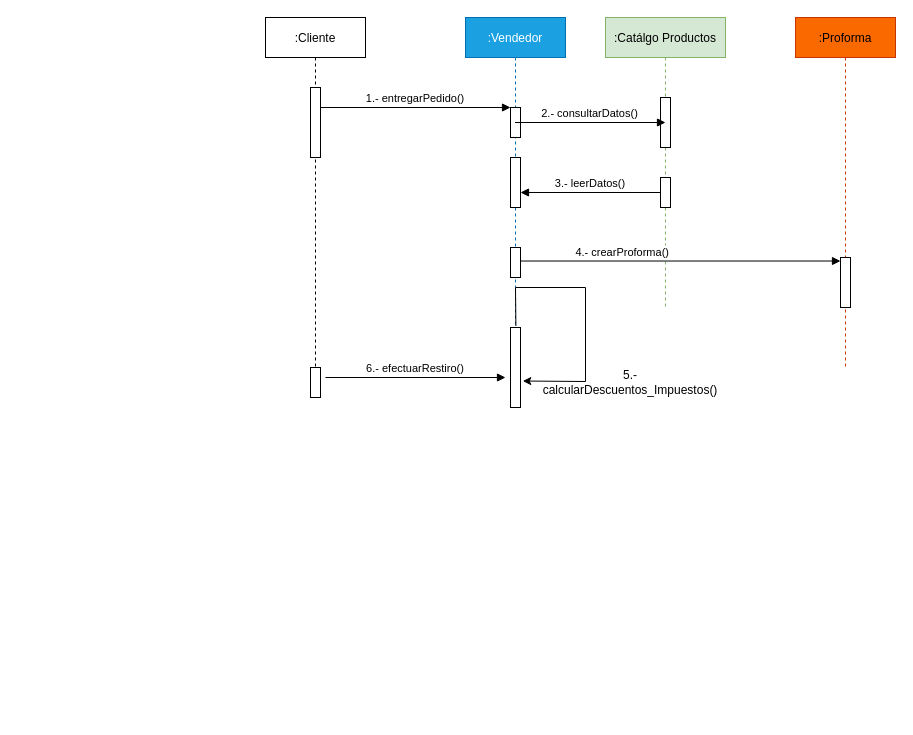
RJ-SP-1331/Wordle-Demo keeps this draw.io diagram as DiagramasSecuenciasComunicación.drawio. Above is the earlier version. Source tidied: cells renumbered, new cells numbered last; positions are measured from the earlier drawing's top-left corner, leaving out a move shared by most shapes. Both pictures are drawn from the tidied source at 100%, with x=0, y=0 at pixel (265, 17).
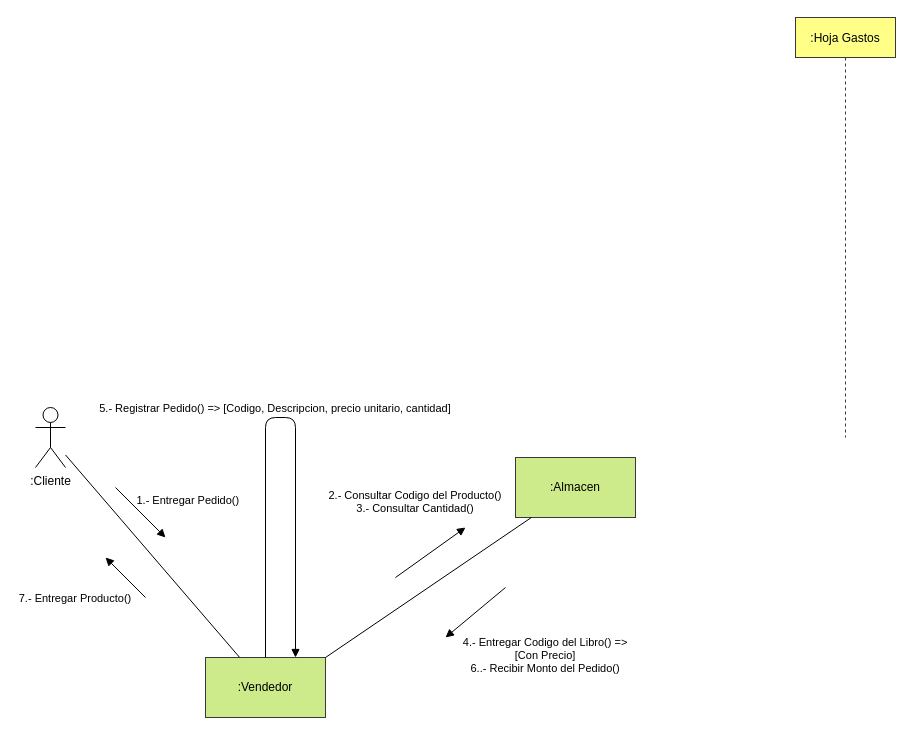
After the change.

Change to the diagram source:
```diff
@@
+    <mxCell id="15" value=":Hoja Gastos" style="shape=umlLifeline;perimeter=lifelinePerimeter;rounded=0;shadow=0;strokeWidth=1;fillColor=#ffff88;strokeColor=#36393d;" parent="1" vertex="1">
+      <mxGeometry x="530" width="100" height="420" as="geometry" />
+    </mxCell>
-    <mxCell id="2" value=":Cliente" style="shape=umlLifeline;perimeter=lifelinePerimeter;rounded=0;shadow=0;strokeWidth=1;" parent="1" vertex="1">
-      <mxGeometry width="100" height="380" as="geometry" />
+    <mxCell id="2" value=":Cliente" style="shape=umlActor;verticalLabelPosition=bottom;verticalAlign=top;html=1;outlineConnect=0;" parent="1" vertex="1">
+      <mxGeometry x="-230" y="390" width="30" height="60" as="geometry" />
     </mxCell>
-    <mxCell id="3" style="points=[];perimeter=orthogonalPerimeter;rounded=0;shadow=0;strokeWidth=1;" parent="2" vertex="1">
-      <mxGeometry x="45" y="70" width="10" height="70" as="geometry" />
-    </mxCell>
-    <mxCell id="4" value=":Vendedor" style="shape=umlLifeline;perimeter=lifelinePerimeter;rounded=0;shadow=0;strokeWidth=1;fillColor=#1ba1e2;strokeColor=#006EAF;fontColor=#ffffff;" parent="1" vertex="1">
-      <mxGeometry x="200" width="100" height="390" as="geometry" />
+    <mxCell id="4" value=":Vendedor" style="rounded=0;whiteSpace=wrap;html=1;fillColor=#cdeb8b;strokeColor=#36393d;" parent="1" vertex="1">
+      <mxGeometry x="-60" y="640" width="120" height="60" as="geometry" />
     </mxCell>
-    <mxCell id="5" style="points=[];perimeter=orthogonalPerimeter;rounded=0;shadow=0;strokeWidth=1;" parent="4" vertex="1">
-      <mxGeometry x="45" y="90" width="10" height="30" as="geometry" />
-    </mxCell>
-    <mxCell id="6" style="points=[];perimeter=orthogonalPerimeter;rounded=0;shadow=0;strokeWidth=1;" parent="4" vertex="1">
-      <mxGeometry x="45" y="140" width="10" height="50" as="geometry" />
-    </mxCell>
-    <mxCell id="7" style="points=[];perimeter=orthogonalPerimeter;rounded=0;shadow=0;strokeWidth=1;" parent="4" vertex="1">
-      <mxGeometry x="45" y="230" width="10" height="30" as="geometry" />
-    </mxCell>
-    <mxCell id="8" style="points=[];perimeter=orthogonalPerimeter;rounded=0;shadow=0;strokeWidth=1;" parent="4" vertex="1">
-      <mxGeometry x="45" y="310" width="10" height="80" as="geometry" />
-    </mxCell>
-    <mxCell id="9" style="endArrow=classic;html=1;rounded=0;entryX=1.228;entryY=0.669;entryDx=0;entryDy=0;entryPerimeter=0;exitX=0.504;exitY=0.791;exitDx=0;exitDy=0;exitPerimeter=0;" parent="4" edge="1" source="4" target="8">
-      <mxGeometry relative="1" as="geometry">
-        <Array as="points">
-          <mxPoint x="50" y="270" />
-          <mxPoint x="120" y="270" />
-          <mxPoint x="120" y="364" />
-        </Array>
-      </mxGeometry>
-    </mxCell>
-    <mxCell id="10" value="1.- entregarPedido()" style="verticalAlign=bottom;endArrow=block;entryX=0;entryY=0;shadow=0;strokeWidth=1;" parent="1" edge="1" source="3" target="5">
-      <mxGeometry relative="1" as="geometry" />
-    </mxCell>
-    <mxCell id="11" value=":Catálgo Productos" style="shape=umlLifeline;perimeter=lifelinePerimeter;rounded=0;shadow=0;strokeWidth=1;fillColor=#d5e8d4;strokeColor=#82b366;" parent="1" vertex="1">
-      <mxGeometry x="340" width="120" height="290" as="geometry" />
-    </mxCell>
-    <mxCell id="12" style="perimeter=orthogonalPerimeter;rounded=0;shadow=0;strokeWidth=1;" parent="11" vertex="1">
-      <mxGeometry x="55" y="80" width="10" height="50" as="geometry" />
-    </mxCell>
-    <mxCell id="13" value="2.- consultarDatos()" style="verticalAlign=bottom;endArrow=block;shadow=0;strokeWidth=1;" parent="11" edge="1" source="4">
-      <mxGeometry relative="1" as="geometry">
-        <mxPoint x="60" y="105" as="targetPoint" />
-      </mxGeometry>
-    </mxCell>
-    <mxCell id="14" style="points=[];perimeter=orthogonalPerimeter;rounded=0;shadow=0;strokeWidth=1;" parent="11" vertex="1">
-      <mxGeometry x="55" y="160" width="10" height="30" as="geometry" />
-    </mxCell>
-    <mxCell id="15" value=":Proforma" style="shape=umlLifeline;perimeter=lifelinePerimeter;rounded=0;shadow=0;strokeWidth=1;fillColor=#fa6800;strokeColor=#C73500;fontColor=#000000;" parent="1" vertex="1">
-      <mxGeometry x="530" width="100" height="350" as="geometry" />
-    </mxCell>
-    <mxCell id="16" style="points=[];perimeter=orthogonalPerimeter;rounded=0;shadow=0;strokeWidth=1;" parent="15" vertex="1">
-      <mxGeometry x="45" y="240" width="10" height="50" as="geometry" />
-    </mxCell>
-    <mxCell id="17" value="6.- efectuarRestiro()" style="verticalAlign=bottom;endArrow=block;entryX=0;entryY=0;shadow=0;strokeWidth=1;startArrow=none;" parent="1" edge="1">
-      <mxGeometry relative="1" as="geometry">
-        <mxPoint x="60" y="360" as="sourcePoint" />
-        <mxPoint x="240" y="360" as="targetPoint" />
-      </mxGeometry>
-    </mxCell>
-    <mxCell id="18" value="3.- leerDatos()" style="verticalAlign=bottom;endArrow=block;shadow=0;strokeWidth=1;" parent="1" edge="1" source="14" target="6">
-      <mxGeometry relative="1" as="geometry" />
-    </mxCell>
-    <mxCell id="19" value="4.- crearProforma()" style="verticalAlign=bottom;endArrow=block;shadow=0;strokeWidth=1;exitX=1.021;exitY=0.451;exitDx=0;exitDy=0;exitPerimeter=0;" parent="1" edge="1" source="7" target="16">
-      <mxGeometry x="-0.36" relative="1" as="geometry" />
-    </mxCell>
-    <mxCell id="20" style="perimeter=orthogonalPerimeter;rounded=0;shadow=0;strokeWidth=1;" parent="1" vertex="1">
-      <mxGeometry x="45" y="350" width="10" height="30" as="geometry" />
-    </mxCell>
-    <mxCell id="21" value="5.- calcularDescuentos_Impuestos()" style="text;html=1;strokeColor=none;fillColor=none;align=center;verticalAlign=middle;whiteSpace=wrap;rounded=0;" parent="1" vertex="1">
-      <mxGeometry x="330" y="350" width="70" height="30" as="geometry" />
-    </mxCell>
+    <mxCell id="22" value=":Almacen" style="rounded=0;whiteSpace=wrap;html=1;fillColor=#cdeb8b;strokeColor=#36393d;" parent="1" vertex="1">
+      <mxGeometry x="250" y="440" width="120" height="60" as="geometry" />
+    </mxCell>
+    <mxCell id="23" style="endArrow=none;html=1;rounded=0;" parent="1" edge="1" source="2" target="4">
+      <mxGeometry relative="1" as="geometry" />
+    </mxCell>
+    <mxCell id="24" style="endArrow=none;html=1;rounded=0;exitX=1;exitY=0;exitDx=0;exitDy=0;" parent="1" edge="1" source="4" target="22">
+      <mxGeometry relative="1" as="geometry" />
+    </mxCell>
+    <mxCell id="25" value="1.- Entregar Pedido()" style="verticalAlign=bottom;endArrow=block;shadow=0;strokeWidth=1;" parent="1" edge="1">
+      <mxGeometry x="0.9" y="36" relative="1" as="geometry">
+        <mxPoint x="-150" y="470" as="sourcePoint" />
+        <mxPoint x="-100" y="520" as="targetPoint" />
+      </mxGeometry>
+    </mxCell>
+    <mxCell id="26" value="7.- Entregar Producto()" style="verticalAlign=bottom;endArrow=block;shadow=0;strokeWidth=1;" parent="1" edge="1">
+      <mxGeometry x="0.5" y="57" relative="1" as="geometry">
+        <mxPoint x="-120" y="580" as="sourcePoint" />
+        <mxPoint x="-160" y="540" as="targetPoint" />
+        <mxPoint y="-1" as="offset" />
+      </mxGeometry>
+    </mxCell>
+    <mxCell id="27" value="5.- Registrar Pedido() =&gt; [Codigo, Descripcion, precio unitario, cantidad]" style="verticalAlign=bottom;endArrow=block;shadow=0;strokeWidth=1;exitX=0.5;exitY=0;exitDx=0;exitDy=0;entryX=0.75;entryY=0;entryDx=0;entryDy=0;" parent="1" edge="1" source="4" target="4">
+      <mxGeometry x="0.06" y="-20" relative="1" as="geometry">
+        <Array as="points">
+          <mxPoint y="400" />
+          <mxPoint x="30" y="400" />
+        </Array>
+      </mxGeometry>
+    </mxCell>
+    <mxCell id="28" value="4.- Entregar Codigo del Libro() =&gt; &#10;[Con Precio]&#10;6..- Recibir Monto del Pedido()" style="verticalAlign=bottom;endArrow=block;shadow=0;strokeWidth=1;" parent="1" edge="1">
+      <mxGeometry x="-0.31" y="95" relative="1" as="geometry">
+        <mxPoint x="240" y="570" as="sourcePoint" />
+        <mxPoint x="180" y="620" as="targetPoint" />
+      </mxGeometry>
+    </mxCell>
+    <mxCell id="29" value="2.- Consultar Codigo del Producto()&#10;3.- Consultar Cantidad()" style="verticalAlign=bottom;endArrow=block;shadow=0;strokeWidth=1;" parent="1" edge="1">
+      <mxGeometry x="0.19" y="37" relative="1" as="geometry">
+        <mxPoint x="130" y="560" as="sourcePoint" />
+        <mxPoint x="200" y="510" as="targetPoint" />
+      </mxGeometry>
+    </mxCell>
```
